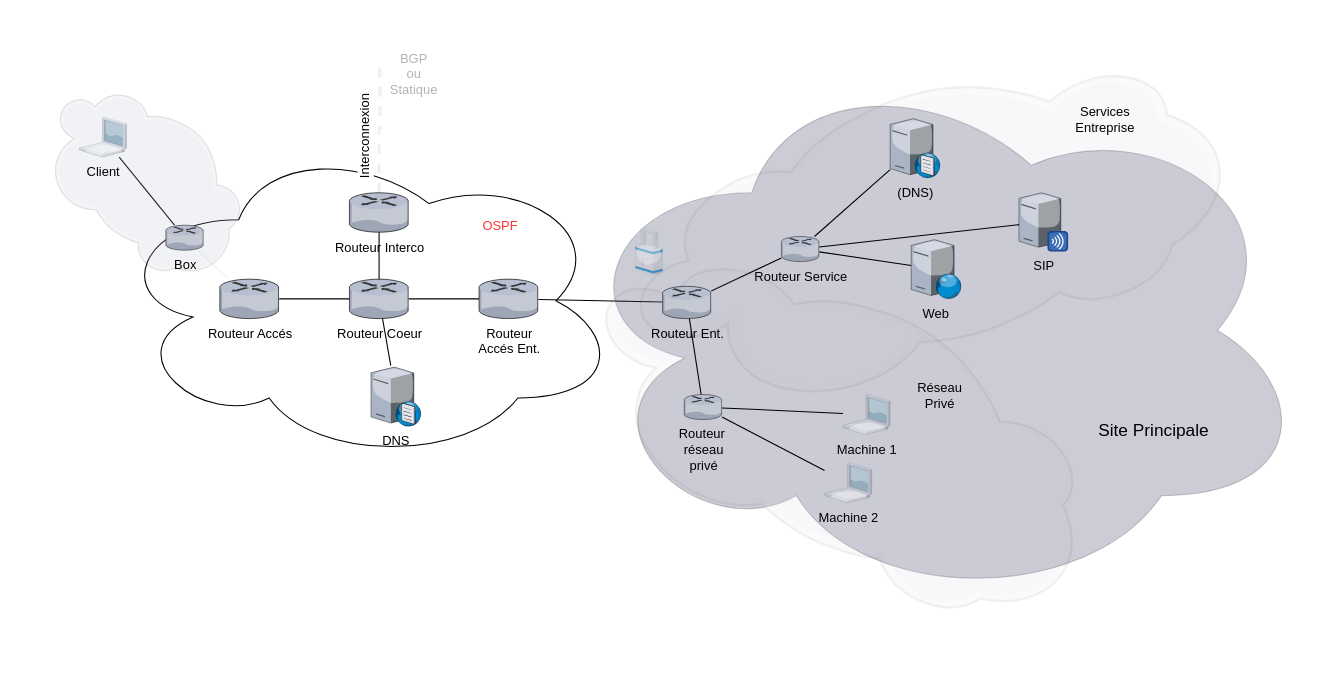
Before: schema.drawio in DinoGurnari/Projet_Interco_GroupeA4, a draw.io diagram. Source tidied: cells renumbered, new cells numbered last; positions are measured from the earlier drawing's top-left corner, leaving out a move shared by most shapes. Both pictures are drawn from the tidied source at 108%, with x=0, y=0 at pixel (36, 54).
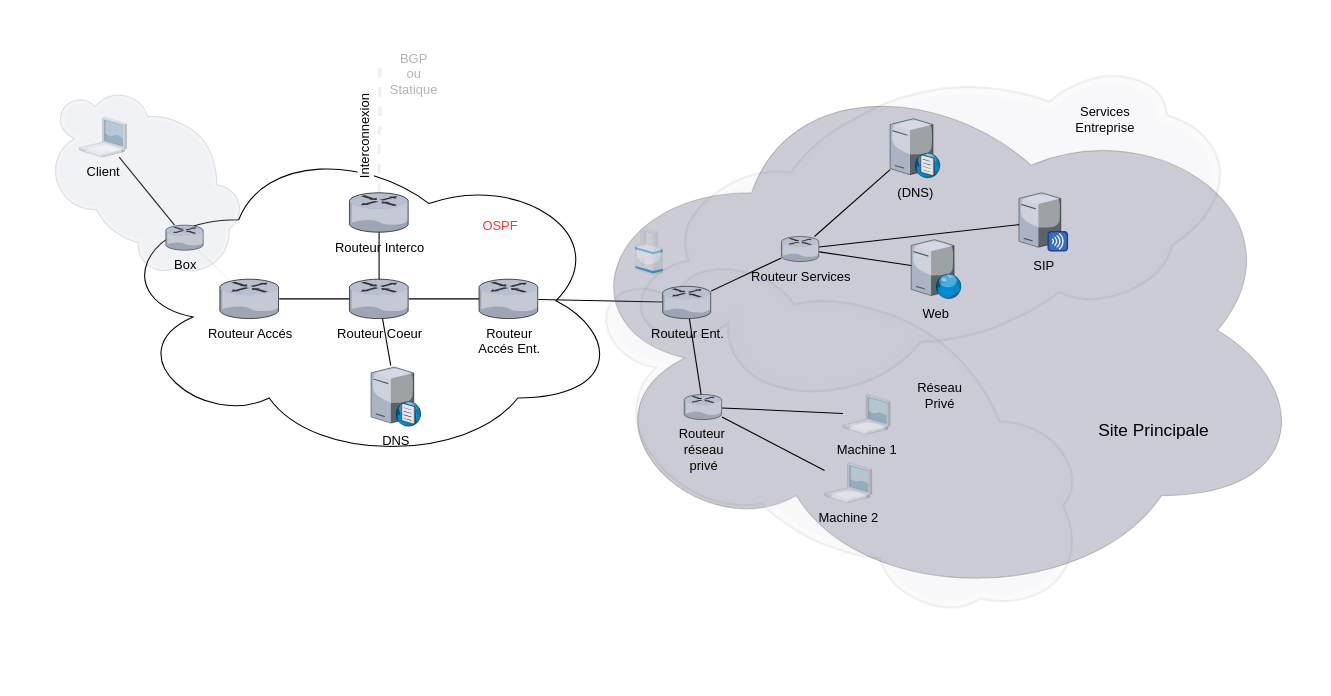
After the change.

Diff of the diagram source:
```diff
@@
-    <mxCell id="24" value="Routeur Service" style="verticalLabelPosition=bottom;html=1;verticalAlign=top;strokeColor=none;align=center;outlineConnect=0;shape=mxgraph.citrix.router;" parent="1" vertex="1">
+    <mxCell id="24" value="Routeur Services&lt;br&gt;" style="verticalLabelPosition=bottom;html=1;verticalAlign=top;strokeColor=none;align=center;outlineConnect=0;shape=mxgraph.citrix.router;" parent="1" vertex="1">
       <mxGeometry x="690" y="168.5" width="35" height="23.2" as="geometry" />
     </mxCell>
```
